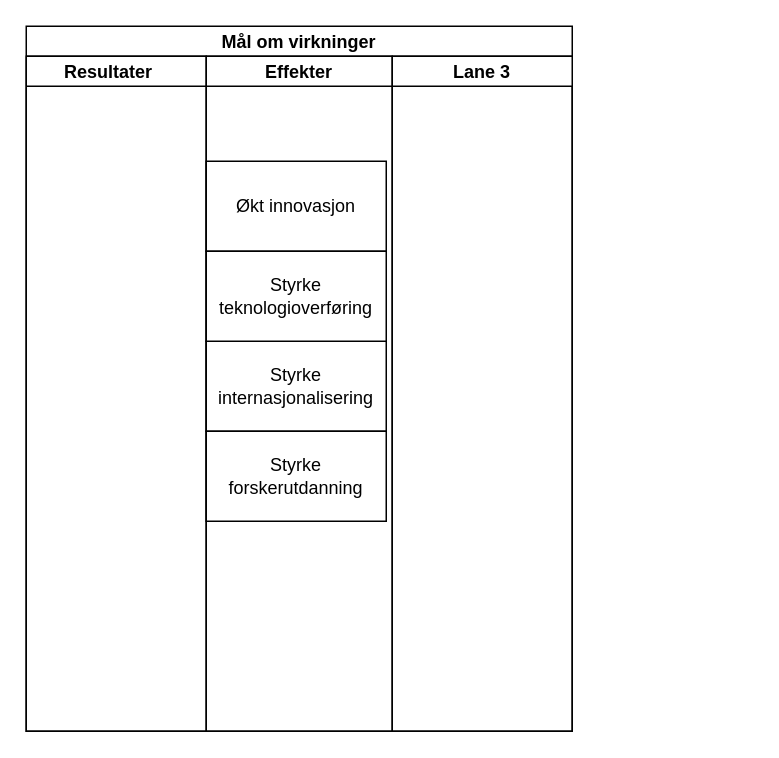
Above: SFI_effektdiagram.drawio in gardenberg/drawio_tegninger (draw.io), before the change. Source tidied: cells renumbered, new cells numbered last; positions are measured from the earlier drawing's top-left corner, leaving out a move shared by most shapes. Both pictures are drawn from the tidied source at 150%, with x=0, y=0 at pixel (26, 26).
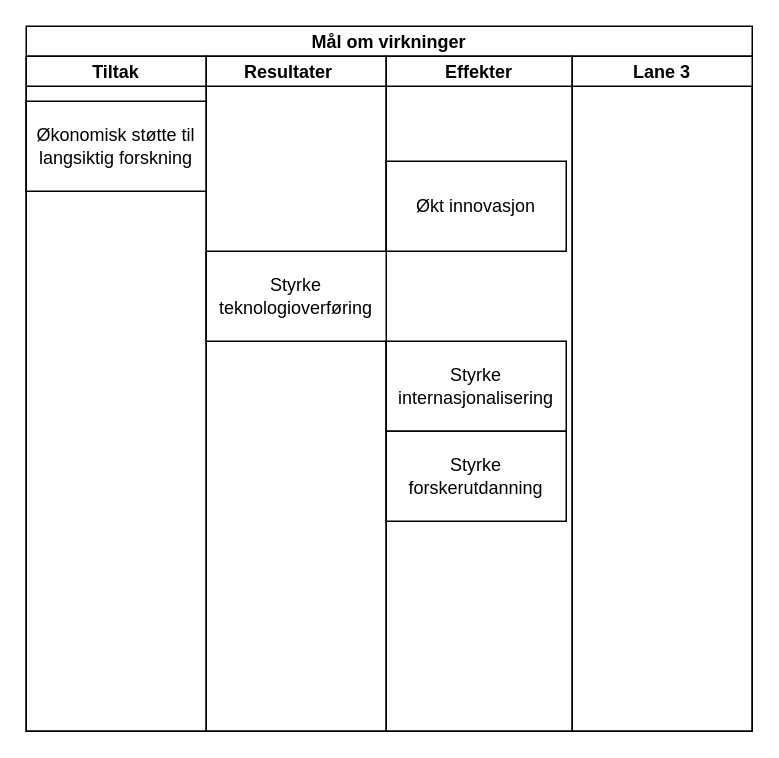
The same page after the edit.

Diff of the diagram source:
```diff
@@
 <mxGraphModel>
   <root>
     <mxCell id="0" />
     <mxCell id="1" parent="0" />
     <mxCell id="2" value="Mål om virkninger" style="swimlane;startSize=20;" parent="1" vertex="1">
-      <mxGeometry width="364" height="470" as="geometry" />
+      <mxGeometry width="484" height="470" as="geometry" />
     </mxCell>
-    <mxCell id="3" value="Resultater   " style="swimlane;startSize=20;" parent="2" vertex="1">
+    <mxCell id="3" value="Tiltak" style="swimlane;startSize=20;" parent="2" vertex="1">
       <mxGeometry y="20" width="120" height="450" as="geometry" />
     </mxCell>
+    <mxCell id="10" value="Økonomisk støtte til langsiktig forskning" style="whiteSpace=wrap;html=1;" parent="3" vertex="1">
+      <mxGeometry y="30" width="120" height="60" as="geometry" />
+    </mxCell>
+    <mxCell id="11" value="Resultater   " style="swimlane;startSize=20;" parent="2" vertex="1">
+      <mxGeometry x="120" y="20" width="120" height="450" as="geometry" />
+    </mxCell>
     <mxCell id="4" value="Effekter" style="swimlane;startSize=20;" parent="2" vertex="1">
-      <mxGeometry x="120" y="20" width="124" height="450" as="geometry" />
+      <mxGeometry x="240" y="20" width="124" height="450" as="geometry" />
     </mxCell>
     <mxCell id="5" value="Styrke internasjonalisering" style="whiteSpace=wrap;html=1;" parent="4" vertex="1">
       <mxGeometry y="190" width="120" height="60" as="geometry" />
     </mxCell>
     <mxCell id="6" value="Styrke forskerutdanning" style="whiteSpace=wrap;html=1;" parent="4" vertex="1">
       <mxGeometry y="250" width="120" height="60" as="geometry" />
     </mxCell>
     <mxCell id="7" value="Økt innovasjon" style="whiteSpace=wrap;html=1;" parent="4" vertex="1">
       <mxGeometry y="70" width="120" height="60" as="geometry" />
     </mxCell>
     <mxCell id="8" value="Lane 3" style="swimlane;startSize=20;" parent="2" vertex="1">
-      <mxGeometry x="244" y="20" width="120" height="450" as="geometry" />
+      <mxGeometry x="364" y="20" width="120" height="450" as="geometry" />
     </mxCell>
     <mxCell id="9" value="Styrke teknologioverføring" style="whiteSpace=wrap;html=1;" parent="1" vertex="1">
       <mxGeometry x="120" y="150" width="120" height="60" as="geometry" />
     </mxCell>
   </root>
 </mxGraphModel>
```
